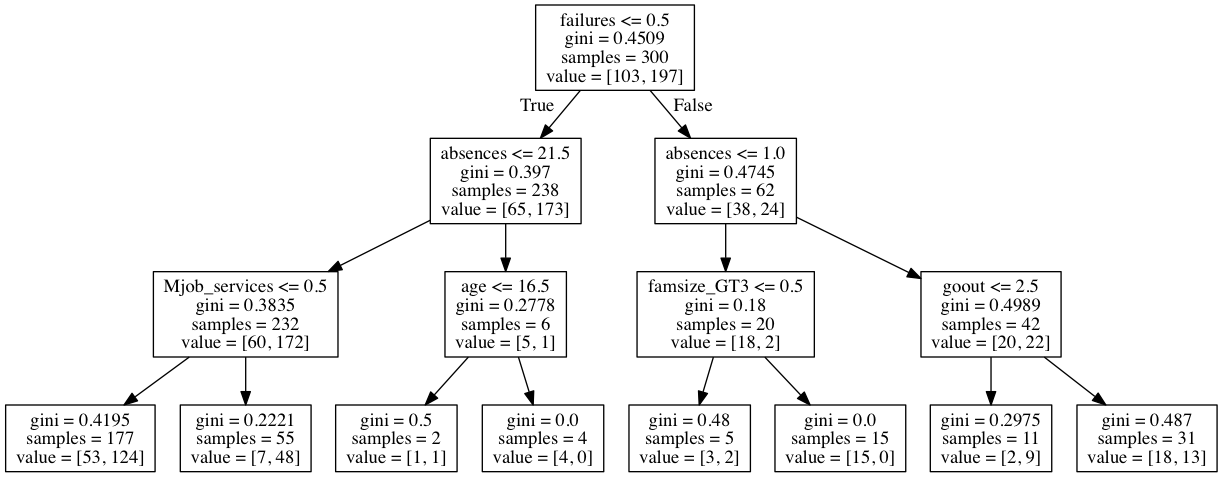
reynardmh/mlnd-projects keeps this Graphviz diagram as p2-student-intervention/tree.png. Above is the earlier version. Its source is kept beside it as p2-student-intervention/tree.dot. Its diagram source:
```dot
digraph Tree {
node [shape=box] ;
0 [label="failures <= 0.5\ngini = 0.4509\nsamples = 300\nvalue = [103, 197]"] ;
1 [label="absences <= 21.5\ngini = 0.397\nsamples = 238\nvalue = [65, 173]"] ;
0 -> 1 [labeldistance=2.5, labelangle=45, headlabel="True"] ;
2 [label="Mjob_services <= 0.5\ngini = 0.3835\nsamples = 232\nvalue = [60, 172]"] ;
1 -> 2 ;
3 [label="gini = 0.4195\nsamples = 177\nvalue = [53, 124]"] ;
2 -> 3 ;
4 [label="gini = 0.2221\nsamples = 55\nvalue = [7, 48]"] ;
2 -> 4 ;
5 [label="age <= 16.5\ngini = 0.2778\nsamples = 6\nvalue = [5, 1]"] ;
1 -> 5 ;
6 [label="gini = 0.5\nsamples = 2\nvalue = [1, 1]"] ;
5 -> 6 ;
7 [label="gini = 0.0\nsamples = 4\nvalue = [4, 0]"] ;
5 -> 7 ;
8 [label="absences <= 1.0\ngini = 0.4745\nsamples = 62\nvalue = [38, 24]"] ;
0 -> 8 [labeldistance=2.5, labelangle=-45, headlabel="False"] ;
9 [label="famsize_GT3 <= 0.5\ngini = 0.18\nsamples = 20\nvalue = [18, 2]"] ;
8 -> 9 ;
10 [label="gini = 0.48\nsamples = 5\nvalue = [3, 2]"] ;
9 -> 10 ;
11 [label="gini = 0.0\nsamples = 15\nvalue = [15, 0]"] ;
9 -> 11 ;
12 [label="goout <= 2.5\ngini = 0.4989\nsamples = 42\nvalue = [20, 22]"] ;
8 -> 12 ;
13 [label="gini = 0.2975\nsamples = 11\nvalue = [2, 9]"] ;
12 -> 13 ;
14 [label="gini = 0.487\nsamples = 31\nvalue = [18, 13]"] ;
12 -> 14 ;
}
```
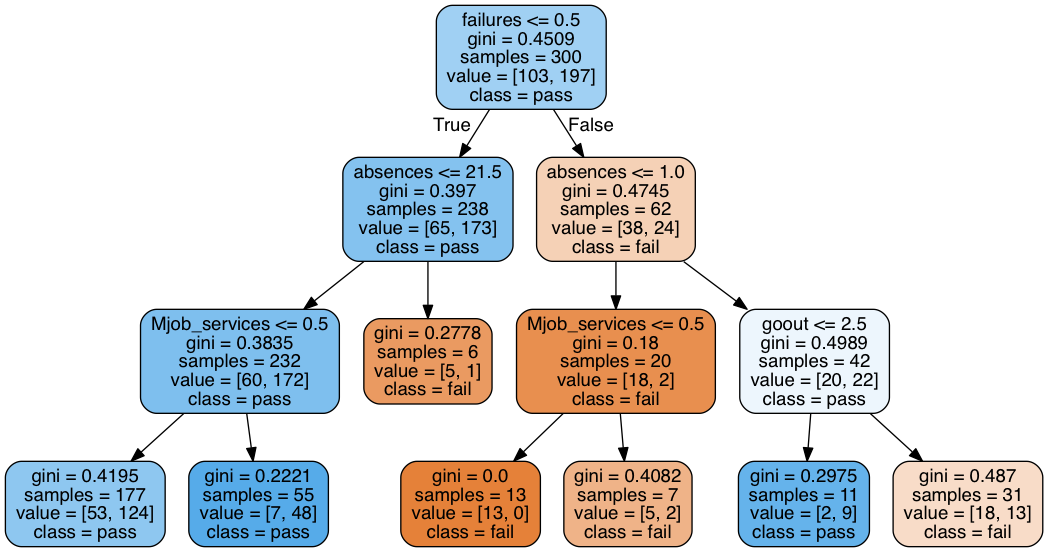
Later version of the same file.

Change to the diagram source:
```diff
@@ -1,32 +1,29 @@
 digraph Tree {
-node [shape=box] ;
-0 [label="failures <= 0.5\ngini = 0.4509\nsamples = 300\nvalue = [103, 197]"] ;
-1 [label="absences <= 21.5\ngini = 0.397\nsamples = 238\nvalue = [65, 173]"] ;
+node [shape=box, style="filled, rounded", color="black", fontname=helvetica] ;
+edge [fontname=helvetica] ;
+0 [label="failures <= 0.5\ngini = 0.4509\nsamples = 300\nvalue = [103, 197]\nclass = pass", fillcolor="#399de57a"] ;
+1 [label="absences <= 21.5\ngini = 0.397\nsamples = 238\nvalue = [65, 173]\nclass = pass", fillcolor="#399de59f"] ;
 0 -> 1 [labeldistance=2.5, labelangle=45, headlabel="True"] ;
-2 [label="Mjob_services <= 0.5\ngini = 0.3835\nsamples = 232\nvalue = [60, 172]"] ;
+2 [label="Mjob_services <= 0.5\ngini = 0.3835\nsamples = 232\nvalue = [60, 172]\nclass = pass", fillcolor="#399de5a6"] ;
 1 -> 2 ;
-3 [label="gini = 0.4195\nsamples = 177\nvalue = [53, 124]"] ;
+3 [label="gini = 0.4195\nsamples = 177\nvalue = [53, 124]\nclass = pass", fillcolor="#399de592"] ;
 2 -> 3 ;
-4 [label="gini = 0.2221\nsamples = 55\nvalue = [7, 48]"] ;
+4 [label="gini = 0.2221\nsamples = 55\nvalue = [7, 48]\nclass = pass", fillcolor="#399de5da"] ;
 2 -> 4 ;
-5 [label="age <= 16.5\ngini = 0.2778\nsamples = 6\nvalue = [5, 1]"] ;
+5 [label="gini = 0.2778\nsamples = 6\nvalue = [5, 1]\nclass = fail", fillcolor="#e58139cc"] ;
 1 -> 5 ;
-6 [label="gini = 0.5\nsamples = 2\nvalue = [1, 1]"] ;
-5 -> 6 ;
-7 [label="gini = 0.0\nsamples = 4\nvalue = [4, 0]"] ;
-5 -> 7 ;
-8 [label="absences <= 1.0\ngini = 0.4745\nsamples = 62\nvalue = [38, 24]"] ;
-0 -> 8 [labeldistance=2.5, labelangle=-45, headlabel="False"] ;
-9 [label="famsize_GT3 <= 0.5\ngini = 0.18\nsamples = 20\nvalue = [18, 2]"] ;
-8 -> 9 ;
-10 [label="gini = 0.48\nsamples = 5\nvalue = [3, 2]"] ;
-9 -> 10 ;
-11 [label="gini = 0.0\nsamples = 15\nvalue = [15, 0]"] ;
-9 -> 11 ;
-12 [label="goout <= 2.5\ngini = 0.4989\nsamples = 42\nvalue = [20, 22]"] ;
-8 -> 12 ;
-13 [label="gini = 0.2975\nsamples = 11\nvalue = [2, 9]"] ;
-12 -> 13 ;
-14 [label="gini = 0.487\nsamples = 31\nvalue = [18, 13]"] ;
-12 -> 14 ;
+6 [label="absences <= 1.0\ngini = 0.4745\nsamples = 62\nvalue = [38, 24]\nclass = fail", fillcolor="#e581395e"] ;
+0 -> 6 [labeldistance=2.5, labelangle=-45, headlabel="False"] ;
+7 [label="Mjob_services <= 0.5\ngini = 0.18\nsamples = 20\nvalue = [18, 2]\nclass = fail", fillcolor="#e58139e3"] ;
+6 -> 7 ;
+8 [label="gini = 0.0\nsamples = 13\nvalue = [13, 0]\nclass = fail", fillcolor="#e58139ff"] ;
+7 -> 8 ;
+9 [label="gini = 0.4082\nsamples = 7\nvalue = [5, 2]\nclass = fail", fillcolor="#e5813999"] ;
+7 -> 9 ;
+10 [label="goout <= 2.5\ngini = 0.4989\nsamples = 42\nvalue = [20, 22]\nclass = pass", fillcolor="#399de517"] ;
+6 -> 10 ;
+11 [label="gini = 0.2975\nsamples = 11\nvalue = [2, 9]\nclass = pass", fillcolor="#399de5c6"] ;
+10 -> 11 ;
+12 [label="gini = 0.487\nsamples = 31\nvalue = [18, 13]\nclass = fail", fillcolor="#e5813947"] ;
+10 -> 12 ;
 }
```
